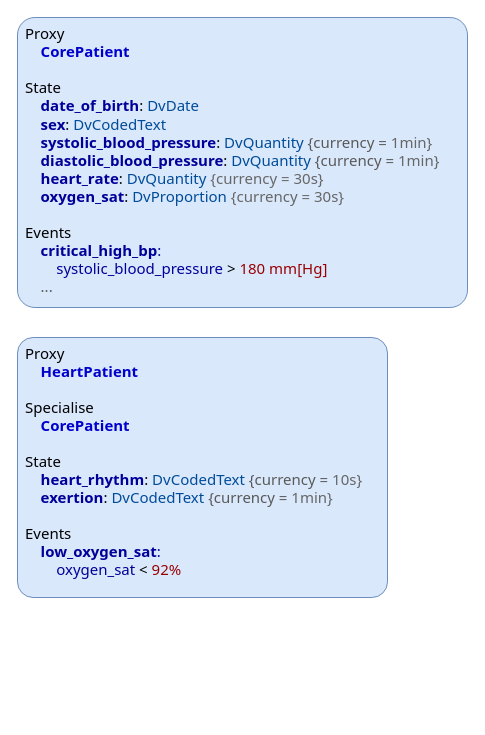
This is docs/decision_language/diagrams/conceptual_proxy.drawio from openEHR/specifications-PROC, a draw.io file, before an edit. Source tidied: cells renumbered, new cells numbered last; positions are measured from the earlier drawing's top-left corner, leaving out a move shared by most shapes. Both pictures are drawn from the tidied source at 100%, with x=0, y=0 at pixel (17, 17).
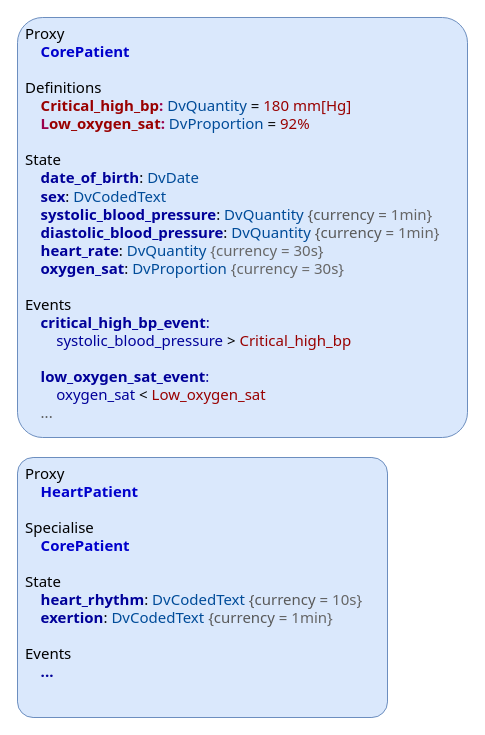
The same page after the edit.

What changed in the source:
```diff
@@
 <mxGraphModel>
   <root>
     <mxCell id="0" />
     <mxCell id="1" parent="0" />
-    <mxCell id="2" value="&lt;div style=&quot;font-size: 15px&quot;&gt;&lt;font style=&quot;font-size: 15px&quot;&gt;&lt;span&gt;Proxy&lt;/span&gt;&lt;/font&gt;&lt;/div&gt;&lt;div style=&quot;font-size: 15px&quot;&gt;&lt;font style=&quot;font-size: 15px&quot;&gt;&lt;span&gt;&amp;nbsp; &amp;nbsp;&amp;nbsp;&lt;/span&gt;&lt;font style=&quot;font-size: 15px&quot;&gt;&lt;b&gt;&lt;font color=&quot;#0000cc&quot;&gt;HeartPatient&lt;/font&gt;&lt;/b&gt;&lt;font color=&quot;#004c99&quot;&gt;&amp;nbsp;&lt;/font&gt;&lt;/font&gt;&lt;/font&gt;&lt;/div&gt;&lt;div style=&quot;font-size: 15px&quot;&gt;&lt;font style=&quot;font-size: 15px&quot;&gt;&lt;font style=&quot;font-size: 15px&quot;&gt;&lt;font color=&quot;#004c99&quot;&gt;&lt;br&gt;&lt;/font&gt;&lt;/font&gt;&lt;/font&gt;&lt;/div&gt;&lt;div style=&quot;font-size: 15px&quot;&gt;Specialise&lt;/div&gt;&lt;div style=&quot;font-size: 15px&quot;&gt;&lt;font style=&quot;font-size: 15px&quot;&gt;&lt;font style=&quot;font-size: 15px&quot;&gt;&lt;font color=&quot;#004c99&quot;&gt;&amp;nbsp; &amp;nbsp;&amp;nbsp;&lt;/font&gt;&lt;b&gt;&lt;font color=&quot;#0000cc&quot;&gt;CorePatient&lt;/font&gt;&lt;/b&gt;&lt;/font&gt;&lt;/font&gt;&lt;/div&gt;&lt;div style=&quot;font-size: 15px&quot;&gt;&lt;br&gt;&lt;/div&gt;&lt;div style=&quot;font-size: 15px&quot;&gt;State&lt;/div&gt;&lt;font style=&quot;font-size: 15px&quot;&gt;&lt;span style=&quot;white-space: nowrap&quot;&gt;&lt;div style=&quot;font-weight: bold&quot;&gt;&lt;b&gt;&lt;font color=&quot;#990000&quot; style=&quot;font-size: 15px&quot;&gt;&amp;nbsp; &amp;nbsp; &lt;/font&gt;&lt;font style=&quot;font-size: 15px&quot; color=&quot;#000099&quot;&gt;heart_rhythm&lt;/font&gt;&lt;/b&gt;&lt;span style=&quot;font-weight: normal&quot;&gt;:&amp;nbsp;&lt;/span&gt;&lt;font color=&quot;#004c99&quot; style=&quot;font-weight: normal ; font-size: 15px&quot;&gt;DvCodedText&lt;/font&gt;&lt;span style=&quot;font-weight: normal&quot;&gt;&amp;nbsp;&lt;/span&gt;&lt;font color=&quot;#595959&quot; style=&quot;font-weight: normal ; font-size: 15px&quot;&gt;{currency =&amp;nbsp;&lt;/font&gt;&lt;font color=&quot;#666666&quot; style=&quot;font-weight: normal ; font-size: 15px&quot;&gt;10s}&lt;/font&gt;&lt;/div&gt;&lt;div&gt;&lt;div style=&quot;font-weight: bold&quot;&gt;&lt;b&gt;&lt;font color=&quot;#990000&quot;&gt;&amp;nbsp; &amp;nbsp; &lt;/font&gt;&lt;font color=&quot;#000099&quot;&gt;exertion&lt;/font&gt;&lt;/b&gt;&lt;span style=&quot;font-weight: normal&quot;&gt;:&amp;nbsp;&lt;/span&gt;&lt;font color=&quot;#004c99&quot; style=&quot;font-weight: normal&quot;&gt;DvCodedText&lt;/font&gt;&lt;span style=&quot;font-weight: normal&quot;&gt;&amp;nbsp;&lt;/span&gt;&lt;font color=&quot;#595959&quot; style=&quot;font-weight: normal&quot;&gt;{currency =&amp;nbsp;&lt;/font&gt;&lt;font color=&quot;#666666&quot; style=&quot;font-weight: normal&quot;&gt;1min}&lt;/font&gt;&lt;/div&gt;&lt;div style=&quot;font-weight: bold&quot;&gt;&lt;font color=&quot;#666666&quot; style=&quot;font-weight: normal&quot;&gt;&lt;br&gt;&lt;/font&gt;&lt;/div&gt;&lt;div style=&quot;font-weight: bold&quot;&gt;&lt;font style=&quot;font-weight: normal&quot;&gt;Events&lt;/font&gt;&lt;/div&gt;&lt;div&gt;&lt;font color=&quot;#666666&quot; style=&quot;font-weight: normal&quot;&gt;&amp;nbsp; &amp;nbsp; &lt;/font&gt;&lt;font color=&quot;#000099&quot;&gt;&lt;b&gt;low_oxygen_sat&lt;/b&gt;:&lt;/font&gt;&lt;/div&gt;&lt;div&gt;&lt;font color=&quot;#666666&quot;&gt;&amp;nbsp; &amp;nbsp; &amp;nbsp; &amp;nbsp; &lt;/font&gt;&lt;font color=&quot;#000099&quot;&gt;oxygen_sat&lt;/font&gt;&lt;font color=&quot;#666666&quot;&gt; &lt;/font&gt;&amp;lt;&lt;font color=&quot;#666666&quot;&gt; &lt;/font&gt;&lt;font color=&quot;#990000&quot;&gt;92%&lt;/font&gt;&lt;/div&gt;&lt;div style=&quot;font-weight: bold&quot;&gt;&lt;font color=&quot;#666666&quot; style=&quot;font-weight: normal&quot;&gt;&lt;br&gt;&lt;/font&gt;&lt;/div&gt;&lt;/div&gt;&lt;/span&gt;&lt;/font&gt;" style="rounded=1;whiteSpace=wrap;html=1;fontSize=16;arcSize=6;verticalAlign=top;fillColor=#dae8fc;strokeColor=#6c8ebf;fontFamily=Tahoma;align=left;spacingLeft=6;" parent="1" vertex="1">
-      <mxGeometry y="320" width="370" height="260" as="geometry" />
+    <mxCell id="2" value="&lt;div style=&quot;font-size: 15px&quot;&gt;&lt;font style=&quot;font-size: 15px&quot;&gt;&lt;span&gt;Proxy&lt;/span&gt;&lt;/font&gt;&lt;/div&gt;&lt;div style=&quot;font-size: 15px&quot;&gt;&lt;font style=&quot;font-size: 15px&quot;&gt;&lt;span&gt;&amp;nbsp; &amp;nbsp;&amp;nbsp;&lt;/span&gt;&lt;font style=&quot;font-size: 15px&quot;&gt;&lt;b&gt;&lt;font color=&quot;#0000cc&quot;&gt;HeartPatient&lt;/font&gt;&lt;/b&gt;&lt;font color=&quot;#004c99&quot;&gt;&amp;nbsp;&lt;/font&gt;&lt;/font&gt;&lt;/font&gt;&lt;/div&gt;&lt;div style=&quot;font-size: 15px&quot;&gt;&lt;font style=&quot;font-size: 15px&quot;&gt;&lt;font style=&quot;font-size: 15px&quot;&gt;&lt;font color=&quot;#004c99&quot;&gt;&lt;br&gt;&lt;/font&gt;&lt;/font&gt;&lt;/font&gt;&lt;/div&gt;&lt;div style=&quot;font-size: 15px&quot;&gt;Specialise&lt;/div&gt;&lt;div style=&quot;font-size: 15px&quot;&gt;&lt;font style=&quot;font-size: 15px&quot;&gt;&lt;font style=&quot;font-size: 15px&quot;&gt;&lt;font color=&quot;#004c99&quot;&gt;&amp;nbsp; &amp;nbsp;&amp;nbsp;&lt;/font&gt;&lt;b&gt;&lt;font color=&quot;#0000cc&quot;&gt;CorePatient&lt;/font&gt;&lt;/b&gt;&lt;/font&gt;&lt;/font&gt;&lt;/div&gt;&lt;div style=&quot;font-size: 15px&quot;&gt;&lt;br&gt;&lt;/div&gt;&lt;div style=&quot;font-size: 15px&quot;&gt;State&lt;/div&gt;&lt;font style=&quot;font-size: 15px&quot;&gt;&lt;span style=&quot;white-space: nowrap&quot;&gt;&lt;div style=&quot;font-weight: bold&quot;&gt;&lt;b&gt;&lt;font color=&quot;#990000&quot; style=&quot;font-size: 15px&quot;&gt;&amp;nbsp; &amp;nbsp; &lt;/font&gt;&lt;font style=&quot;font-size: 15px&quot; color=&quot;#000099&quot;&gt;heart_rhythm&lt;/font&gt;&lt;/b&gt;&lt;span style=&quot;font-weight: normal&quot;&gt;:&amp;nbsp;&lt;/span&gt;&lt;font color=&quot;#004c99&quot; style=&quot;font-weight: normal ; font-size: 15px&quot;&gt;DvCodedText&lt;/font&gt;&lt;span style=&quot;font-weight: normal&quot;&gt;&amp;nbsp;&lt;/span&gt;&lt;font color=&quot;#595959&quot; style=&quot;font-weight: normal ; font-size: 15px&quot;&gt;{currency =&amp;nbsp;&lt;/font&gt;&lt;font color=&quot;#666666&quot; style=&quot;font-weight: normal ; font-size: 15px&quot;&gt;10s}&lt;/font&gt;&lt;/div&gt;&lt;div&gt;&lt;div style=&quot;font-weight: bold&quot;&gt;&lt;b&gt;&lt;font color=&quot;#990000&quot;&gt;&amp;nbsp; &amp;nbsp; &lt;/font&gt;&lt;font color=&quot;#000099&quot;&gt;exertion&lt;/font&gt;&lt;/b&gt;&lt;span style=&quot;font-weight: normal&quot;&gt;:&amp;nbsp;&lt;/span&gt;&lt;font color=&quot;#004c99&quot; style=&quot;font-weight: normal&quot;&gt;DvCodedText&lt;/font&gt;&lt;span style=&quot;font-weight: normal&quot;&gt;&amp;nbsp;&lt;/span&gt;&lt;font color=&quot;#595959&quot; style=&quot;font-weight: normal&quot;&gt;{currency =&amp;nbsp;&lt;/font&gt;&lt;font color=&quot;#666666&quot; style=&quot;font-weight: normal&quot;&gt;1min}&lt;/font&gt;&lt;/div&gt;&lt;div style=&quot;font-weight: bold&quot;&gt;&lt;font color=&quot;#666666&quot; style=&quot;font-weight: normal&quot;&gt;&lt;br&gt;&lt;/font&gt;&lt;/div&gt;&lt;div style=&quot;font-weight: bold&quot;&gt;&lt;font style=&quot;font-weight: normal&quot;&gt;Events&lt;/font&gt;&lt;/div&gt;&lt;div&gt;&lt;font color=&quot;#666666&quot; style=&quot;font-weight: normal&quot;&gt;&amp;nbsp; &amp;nbsp; &lt;/font&gt;&lt;font color=&quot;#000099&quot;&gt;&lt;b&gt;...&lt;/b&gt;&lt;/font&gt;&lt;/div&gt;&lt;div style=&quot;font-weight: bold&quot;&gt;&lt;font color=&quot;#666666&quot; style=&quot;font-weight: normal&quot;&gt;&lt;br&gt;&lt;/font&gt;&lt;/div&gt;&lt;/div&gt;&lt;/span&gt;&lt;/font&gt;" style="rounded=1;whiteSpace=wrap;html=1;fontSize=16;arcSize=6;verticalAlign=top;fillColor=#dae8fc;strokeColor=#6c8ebf;fontFamily=Tahoma;align=left;spacingLeft=6;" parent="1" vertex="1">
+      <mxGeometry y="440" width="370" height="260" as="geometry" />
     </mxCell>
     <mxCell id="3" value="&lt;font style=&quot;font-size: 14px&quot;&gt;&lt;br&gt;&lt;/font&gt;" style="text;html=1;align=left;verticalAlign=middle;fontSize=12;fontFamily=Tahoma;" parent="1" vertex="1">
       <mxGeometry x="360" y="335.5" width="20" height="20" as="geometry" />
     </mxCell>
-    <mxCell id="4" value="&lt;div style=&quot;font-size: 15px&quot;&gt;&lt;font style=&quot;font-size: 15px&quot;&gt;&lt;span&gt;Proxy&lt;/span&gt;&lt;/font&gt;&lt;/div&gt;&lt;div style=&quot;font-size: 15px&quot;&gt;&lt;font style=&quot;font-size: 15px&quot;&gt;&lt;font style=&quot;font-size: 15px&quot;&gt;&amp;nbsp; &amp;nbsp;&amp;nbsp;&lt;b&gt;&lt;font color=&quot;#0000cc&quot;&gt;CorePatient&lt;/font&gt;&lt;/b&gt;&lt;/font&gt;&lt;/font&gt;&lt;/div&gt;&lt;div style=&quot;font-size: 15px&quot;&gt;&lt;font style=&quot;font-size: 15px&quot;&gt;&lt;font style=&quot;font-size: 15px&quot;&gt;&lt;b style=&quot;color: rgb(153 , 0 , 77)&quot;&gt;&lt;br&gt;&lt;/b&gt;&lt;/font&gt;&lt;/font&gt;&lt;/div&gt;&lt;div style=&quot;font-size: 15px&quot;&gt;State&lt;/div&gt;&lt;font style=&quot;font-size: 15px&quot;&gt;&lt;b style=&quot;white-space: nowrap&quot;&gt;&lt;font color=&quot;#990000&quot;&gt;&amp;nbsp; &amp;nbsp; &lt;/font&gt;&lt;font color=&quot;#000099&quot;&gt;date_of_birth&lt;/font&gt;&lt;/b&gt;&lt;span style=&quot;white-space: nowrap&quot;&gt;:&amp;nbsp;&lt;/span&gt;&lt;font color=&quot;#004c99&quot; style=&quot;white-space: nowrap&quot;&gt;DvDate&lt;/font&gt;&lt;b style=&quot;white-space: nowrap&quot;&gt;&lt;div&gt;&lt;b&gt;&lt;font color=&quot;#990000&quot;&gt;&amp;nbsp; &amp;nbsp; &lt;/font&gt;&lt;font color=&quot;#000099&quot;&gt;sex&lt;/font&gt;&lt;/b&gt;&lt;span style=&quot;font-weight: 400&quot;&gt;:&amp;nbsp;&lt;/span&gt;&lt;font color=&quot;#004c99&quot; style=&quot;font-weight: 400&quot;&gt;DvCodedText&lt;/font&gt;&lt;/div&gt;&lt;div&gt;&lt;b&gt;&lt;font color=&quot;#990000&quot; style=&quot;font-size: 15px&quot;&gt;&amp;nbsp; &amp;nbsp; &lt;/font&gt;&lt;font style=&quot;font-size: 15px&quot; color=&quot;#000099&quot;&gt;systolic_blood_pressure&lt;/font&gt;&lt;/b&gt;&lt;span style=&quot;font-weight: normal&quot;&gt;:&amp;nbsp;&lt;/span&gt;&lt;font color=&quot;#004c99&quot; style=&quot;font-weight: normal ; font-size: 15px&quot;&gt;DvQuantity&lt;/font&gt;&lt;span style=&quot;font-weight: normal&quot;&gt;&amp;nbsp;&lt;/span&gt;&lt;font color=&quot;#595959&quot; style=&quot;font-weight: normal ; font-size: 15px&quot;&gt;{currency =&amp;nbsp;&lt;/font&gt;&lt;font color=&quot;#666666&quot; style=&quot;font-weight: normal ; font-size: 15px&quot;&gt;1min}&lt;/font&gt;&lt;/div&gt;&lt;div&gt;&lt;b&gt;&lt;font color=&quot;#990000&quot;&gt;&amp;nbsp; &amp;nbsp; &lt;/font&gt;&lt;font color=&quot;#000099&quot;&gt;diastolic_blood_pressure&lt;/font&gt;&lt;/b&gt;&lt;span style=&quot;font-weight: normal&quot;&gt;:&amp;nbsp;&lt;/span&gt;&lt;font color=&quot;#004c99&quot; style=&quot;font-weight: normal&quot;&gt;DvQuantity&lt;/font&gt;&lt;span style=&quot;font-weight: normal&quot;&gt;&amp;nbsp;&lt;/span&gt;&lt;font color=&quot;#595959&quot; style=&quot;font-weight: normal&quot;&gt;{currency =&amp;nbsp;&lt;/font&gt;&lt;font color=&quot;#666666&quot; style=&quot;font-weight: normal&quot;&gt;1min}&lt;/font&gt;&lt;span style=&quot;font-weight: normal&quot;&gt;&lt;br&gt;&lt;/span&gt;&lt;/div&gt;&lt;/b&gt;&lt;font style=&quot;white-space: nowrap ; font-size: 15px&quot;&gt;&lt;div&gt;&lt;font style=&quot;font-size: 15px&quot;&gt;&lt;b&gt;&lt;font color=&quot;#990000&quot;&gt;&amp;nbsp; &amp;nbsp; &lt;/font&gt;&lt;font color=&quot;#000099&quot;&gt;heart_rate&lt;/font&gt;&lt;/b&gt;&lt;/font&gt;&lt;span style=&quot;color: rgb(0 , 0 , 0)&quot;&gt;:&amp;nbsp;&lt;/span&gt;&lt;font color=&quot;#004c99&quot; style=&quot;font-size: 15px&quot;&gt;DvQuantity&lt;/font&gt;&lt;span style=&quot;color: rgb(0 , 0 , 0)&quot;&gt;&amp;nbsp;&lt;/span&gt;&lt;font style=&quot;font-size: 15px&quot; color=&quot;#666666&quot;&gt;{currency = 30s}&lt;/font&gt;&lt;/div&gt;&lt;div&gt;&lt;b&gt;&lt;font color=&quot;#990000&quot;&gt;&amp;nbsp; &amp;nbsp;&amp;nbsp;&lt;/font&gt;&lt;font color=&quot;#000099&quot;&gt;oxygen_sat&lt;/font&gt;&lt;/b&gt;:&amp;nbsp;&lt;font color=&quot;#004c99&quot;&gt;DvProportion&lt;/font&gt;&amp;nbsp;&lt;font color=&quot;#666666&quot;&gt;{currency = 30s}&lt;/font&gt;&lt;font style=&quot;font-size: 15px&quot; color=&quot;#666666&quot;&gt;&lt;br&gt;&lt;/font&gt;&lt;/div&gt;&lt;div&gt;&lt;font color=&quot;#666666&quot;&gt;&lt;br&gt;&lt;/font&gt;&lt;/div&gt;&lt;div&gt;&lt;div style=&quot;font-weight: bold&quot;&gt;&lt;font style=&quot;font-weight: normal&quot;&gt;Events&lt;/font&gt;&lt;/div&gt;&lt;div&gt;&lt;font color=&quot;#666666&quot;&gt;&amp;nbsp; &amp;nbsp;&amp;nbsp;&lt;/font&gt;&lt;font color=&quot;#000099&quot;&gt;&lt;b&gt;critical_high_bp&lt;/b&gt;:&lt;/font&gt;&lt;/div&gt;&lt;div&gt;&lt;font color=&quot;#666666&quot;&gt;&amp;nbsp; &amp;nbsp; &amp;nbsp; &amp;nbsp;&amp;nbsp;&lt;/font&gt;&lt;font color=&quot;#000099&quot;&gt;systolic_blood_pressure&lt;/font&gt;&lt;font color=&quot;#666666&quot;&gt;&amp;nbsp;&lt;/font&gt;&amp;gt;&lt;font color=&quot;#666666&quot;&gt;&amp;nbsp;&lt;/font&gt;&lt;font color=&quot;#990000&quot;&gt;180 mm[Hg]&lt;/font&gt;&lt;/div&gt;&lt;/div&gt;&lt;div&gt;&lt;font color=&quot;#595959&quot;&gt;&amp;nbsp; &amp;nbsp; ...&lt;/font&gt;&lt;/div&gt;&lt;/font&gt;&lt;/font&gt;" style="rounded=1;whiteSpace=wrap;html=1;fontSize=16;arcSize=6;verticalAlign=top;fillColor=#dae8fc;strokeColor=#6c8ebf;fontFamily=Tahoma;align=left;spacingLeft=6;" parent="1" vertex="1">
-      <mxGeometry width="450" height="290" as="geometry" />
+    <mxCell id="4" value="&lt;div style=&quot;font-size: 15px&quot;&gt;&lt;font style=&quot;font-size: 15px&quot;&gt;&lt;span&gt;Proxy&lt;/span&gt;&lt;/font&gt;&lt;/div&gt;&lt;div style=&quot;font-size: 15px&quot;&gt;&lt;font style=&quot;font-size: 15px&quot;&gt;&lt;font style=&quot;font-size: 15px&quot;&gt;&amp;nbsp; &amp;nbsp;&amp;nbsp;&lt;b&gt;&lt;font color=&quot;#0000cc&quot;&gt;CorePatient&lt;/font&gt;&lt;/b&gt;&lt;/font&gt;&lt;/font&gt;&lt;/div&gt;&lt;div style=&quot;font-size: 15px&quot;&gt;&lt;font style=&quot;font-size: 15px&quot;&gt;&lt;font style=&quot;font-size: 15px&quot;&gt;&lt;b style=&quot;color: rgb(153 , 0 , 77)&quot;&gt;&lt;br&gt;&lt;/b&gt;&lt;/font&gt;&lt;/font&gt;&lt;/div&gt;&lt;div style=&quot;font-size: 15px&quot;&gt;&lt;font style=&quot;font-size: 15px&quot;&gt;&lt;font style=&quot;font-size: 15px&quot;&gt;Definitions&lt;/font&gt;&lt;/font&gt;&lt;/div&gt;&lt;div style=&quot;font-size: 15px&quot;&gt;&lt;font style=&quot;font-size: 15px&quot;&gt;&lt;font style=&quot;font-size: 15px&quot;&gt;&lt;b style=&quot;color: rgb(153 , 0 , 77)&quot;&gt;&amp;nbsp; &amp;nbsp; &lt;/b&gt;&lt;b&gt;&lt;font color=&quot;#990000&quot;&gt;Critical_high_bp&lt;/font&gt;&lt;/b&gt;&lt;b style=&quot;color: rgb(153 , 0 , 77)&quot;&gt;: &lt;/b&gt;&lt;font color=&quot;#004c99&quot;&gt;DvQuantity&lt;/font&gt;&lt;font color=&quot;#000099&quot;&gt; &lt;/font&gt;=&lt;font color=&quot;#000099&quot;&gt; &lt;/font&gt;&lt;font color=&quot;#990000&quot;&gt;180 mm[Hg]&lt;/font&gt;&lt;/font&gt;&lt;/font&gt;&lt;/div&gt;&lt;div style=&quot;font-size: 15px&quot;&gt;&lt;font style=&quot;font-size: 15px&quot;&gt;&lt;font style=&quot;font-size: 15px&quot;&gt;&lt;div&gt;&lt;b style=&quot;color: rgb(153 , 0 , 77)&quot;&gt;&amp;nbsp; &amp;nbsp; L&lt;/b&gt;&lt;b&gt;&lt;font color=&quot;#990000&quot;&gt;ow_oxygen_sat&lt;/font&gt;&lt;/b&gt;&lt;b style=&quot;color: rgb(153 , 0 , 77)&quot;&gt;:&amp;nbsp;&lt;/b&gt;&lt;font color=&quot;#004c99&quot;&gt;DvProportion&lt;/font&gt;&lt;font color=&quot;#000099&quot;&gt;&amp;nbsp;&lt;/font&gt;=&lt;font color=&quot;#000099&quot;&gt;&amp;nbsp;&lt;/font&gt;&lt;font color=&quot;#990000&quot;&gt;92%&lt;/font&gt;&lt;/div&gt;&lt;div&gt;&lt;font color=&quot;#990000&quot;&gt;&lt;br&gt;&lt;/font&gt;&lt;/div&gt;&lt;/font&gt;&lt;/font&gt;&lt;/div&gt;&lt;div style=&quot;font-size: 15px&quot;&gt;State&lt;/div&gt;&lt;font style=&quot;font-size: 15px&quot;&gt;&lt;b style=&quot;white-space: nowrap&quot;&gt;&lt;font color=&quot;#990000&quot;&gt;&amp;nbsp; &amp;nbsp; &lt;/font&gt;&lt;font color=&quot;#000099&quot;&gt;date_of_birth&lt;/font&gt;&lt;/b&gt;&lt;span style=&quot;white-space: nowrap&quot;&gt;:&amp;nbsp;&lt;/span&gt;&lt;font color=&quot;#004c99&quot; style=&quot;white-space: nowrap&quot;&gt;DvDate&lt;/font&gt;&lt;b style=&quot;white-space: nowrap&quot;&gt;&lt;div&gt;&lt;b&gt;&lt;font color=&quot;#990000&quot;&gt;&amp;nbsp; &amp;nbsp; &lt;/font&gt;&lt;font color=&quot;#000099&quot;&gt;sex&lt;/font&gt;&lt;/b&gt;&lt;span style=&quot;font-weight: 400&quot;&gt;:&amp;nbsp;&lt;/span&gt;&lt;font color=&quot;#004c99&quot; style=&quot;font-weight: 400&quot;&gt;DvCodedText&lt;/font&gt;&lt;/div&gt;&lt;div&gt;&lt;b&gt;&lt;font color=&quot;#990000&quot; style=&quot;font-size: 15px&quot;&gt;&amp;nbsp; &amp;nbsp; &lt;/font&gt;&lt;font style=&quot;font-size: 15px&quot; color=&quot;#000099&quot;&gt;systolic_blood_pressure&lt;/font&gt;&lt;/b&gt;&lt;span style=&quot;font-weight: normal&quot;&gt;:&amp;nbsp;&lt;/span&gt;&lt;font color=&quot;#004c99&quot; style=&quot;font-weight: normal ; font-size: 15px&quot;&gt;DvQuantity&lt;/font&gt;&lt;span style=&quot;font-weight: normal&quot;&gt;&amp;nbsp;&lt;/span&gt;&lt;font color=&quot;#595959&quot; style=&quot;font-weight: normal ; font-size: 15px&quot;&gt;{currency =&amp;nbsp;&lt;/font&gt;&lt;font color=&quot;#666666&quot; style=&quot;font-weight: normal ; font-size: 15px&quot;&gt;1min}&lt;/font&gt;&lt;/div&gt;&lt;div&gt;&lt;b&gt;&lt;font color=&quot;#990000&quot;&gt;&amp;nbsp; &amp;nbsp; &lt;/font&gt;&lt;font color=&quot;#000099&quot;&gt;diastolic_blood_pressure&lt;/font&gt;&lt;/b&gt;&lt;span style=&quot;font-weight: normal&quot;&gt;:&amp;nbsp;&lt;/span&gt;&lt;font color=&quot;#004c99&quot; style=&quot;font-weight: normal&quot;&gt;DvQuantity&lt;/font&gt;&lt;span style=&quot;font-weight: normal&quot;&gt;&amp;nbsp;&lt;/span&gt;&lt;font color=&quot;#595959&quot; style=&quot;font-weight: normal&quot;&gt;{currency =&amp;nbsp;&lt;/font&gt;&lt;font color=&quot;#666666&quot; style=&quot;font-weight: normal&quot;&gt;1min}&lt;/font&gt;&lt;span style=&quot;font-weight: normal&quot;&gt;&lt;br&gt;&lt;/span&gt;&lt;/div&gt;&lt;/b&gt;&lt;font style=&quot;white-space: nowrap ; font-size: 15px&quot;&gt;&lt;div&gt;&lt;font style=&quot;font-size: 15px&quot;&gt;&lt;b&gt;&lt;font color=&quot;#990000&quot;&gt;&amp;nbsp; &amp;nbsp; &lt;/font&gt;&lt;font color=&quot;#000099&quot;&gt;heart_rate&lt;/font&gt;&lt;/b&gt;&lt;/font&gt;&lt;span style=&quot;color: rgb(0 , 0 , 0)&quot;&gt;:&amp;nbsp;&lt;/span&gt;&lt;font color=&quot;#004c99&quot; style=&quot;font-size: 15px&quot;&gt;DvQuantity&lt;/font&gt;&lt;span style=&quot;color: rgb(0 , 0 , 0)&quot;&gt;&amp;nbsp;&lt;/span&gt;&lt;font style=&quot;font-size: 15px&quot; color=&quot;#666666&quot;&gt;{currency = 30s}&lt;/font&gt;&lt;/div&gt;&lt;div&gt;&lt;b&gt;&lt;font color=&quot;#990000&quot;&gt;&amp;nbsp; &amp;nbsp;&amp;nbsp;&lt;/font&gt;&lt;font color=&quot;#000099&quot;&gt;oxygen_sat&lt;/font&gt;&lt;/b&gt;:&amp;nbsp;&lt;font color=&quot;#004c99&quot;&gt;DvProportion&lt;/font&gt;&amp;nbsp;&lt;font color=&quot;#666666&quot;&gt;{currency = 30s}&lt;/font&gt;&lt;font style=&quot;font-size: 15px&quot; color=&quot;#666666&quot;&gt;&lt;br&gt;&lt;/font&gt;&lt;/div&gt;&lt;div&gt;&lt;font color=&quot;#666666&quot;&gt;&lt;br&gt;&lt;/font&gt;&lt;/div&gt;&lt;div&gt;&lt;div style=&quot;font-weight: bold&quot;&gt;&lt;font style=&quot;font-weight: normal&quot;&gt;Events&lt;/font&gt;&lt;/div&gt;&lt;div&gt;&lt;font color=&quot;#666666&quot;&gt;&amp;nbsp; &amp;nbsp;&amp;nbsp;&lt;/font&gt;&lt;font color=&quot;#000099&quot;&gt;&lt;b&gt;critical_high_bp_event&lt;/b&gt;:&lt;/font&gt;&lt;/div&gt;&lt;div&gt;&lt;font color=&quot;#666666&quot;&gt;&amp;nbsp; &amp;nbsp; &amp;nbsp; &amp;nbsp;&amp;nbsp;&lt;/font&gt;&lt;font color=&quot;#000099&quot;&gt;systolic_blood_pressure&lt;/font&gt;&lt;font color=&quot;#666666&quot;&gt;&amp;nbsp;&lt;/font&gt;&amp;gt;&lt;font color=&quot;#666666&quot;&gt;&amp;nbsp;&lt;/font&gt;&lt;font color=&quot;#990000&quot;&gt;Critical_high_bp&lt;/font&gt;&lt;/div&gt;&lt;/div&gt;&lt;div&gt;&lt;font color=&quot;#990000&quot;&gt;&lt;br&gt;&lt;/font&gt;&lt;/div&gt;&lt;div&gt;&lt;font color=&quot;#666666&quot;&gt;&amp;nbsp; &amp;nbsp;&amp;nbsp;&lt;/font&gt;&lt;font color=&quot;#000099&quot;&gt;&lt;b&gt;low_oxygen_sat_event&lt;/b&gt;:&lt;/font&gt;&lt;/div&gt;&lt;div&gt;&lt;font color=&quot;#666666&quot;&gt;&amp;nbsp; &amp;nbsp; &amp;nbsp; &amp;nbsp;&amp;nbsp;&lt;/font&gt;&lt;font color=&quot;#000099&quot;&gt;oxygen_sat&lt;/font&gt;&lt;font color=&quot;#666666&quot;&gt;&amp;nbsp;&lt;/font&gt;&lt;span&gt;&amp;lt;&lt;/span&gt;&lt;font color=&quot;#666666&quot;&gt;&amp;nbsp;&lt;/font&gt;&lt;font color=&quot;#990000&quot;&gt;Low_oxygen_sat&lt;/font&gt;&lt;/div&gt;&lt;div&gt;&lt;font color=&quot;#595959&quot;&gt;&amp;nbsp; &amp;nbsp; ...&lt;/font&gt;&lt;/div&gt;&lt;/font&gt;&lt;/font&gt;" style="rounded=1;whiteSpace=wrap;html=1;fontSize=16;arcSize=6;verticalAlign=top;fillColor=#dae8fc;strokeColor=#6c8ebf;fontFamily=Tahoma;align=left;spacingLeft=6;" parent="1" vertex="1">
+      <mxGeometry width="450" height="420" as="geometry" />
     </mxCell>
   </root>
 </mxGraphModel>
```
